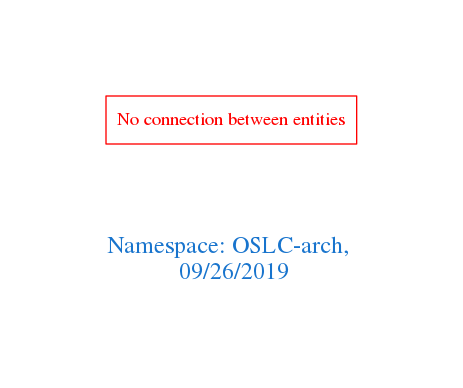
arago/OGIT keeps this Graphviz diagram as downloads/OSLC-arch.png. Above is the earlier version. Its source is kept beside it as downloads/OSLC-arch.dot.
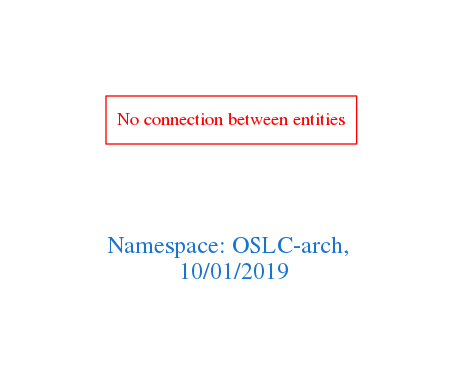
After the commit.

What changed in the source:
```diff
@@ -1,7 +1,7 @@
 digraph OGIT_ontology {
  graph [ rankdir= LR,pad=1
 fontsize = 18,
-fontcolor= dodgerblue3,label = "\n\n\nNamespace: OSLC-arch, \n 09/26/2019"];
+fontcolor= dodgerblue3,label = "\n\n\nNamespace: OSLC-arch, \n 10/01/2019"];
 node[shape=polygon];
 edge [  color="gray81"];
 
```
